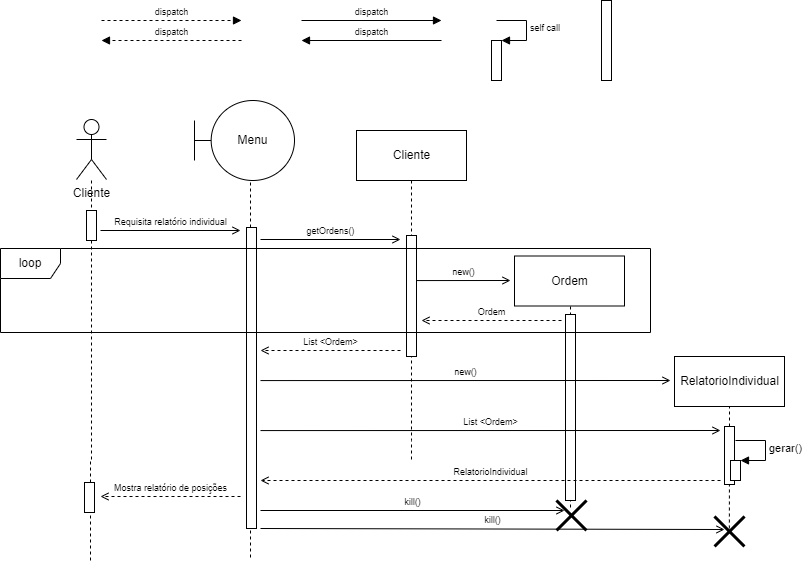
Above: MarketDiagramasDeSequencia/MarketSequencia06.drawio.png in EijiDogen/FEI_MDSMarket (draw.io), before the change. Source tidied: cells renumbered, new cells last; positions are measured from the earlier drawing's top-left corner, leaving out a move shared by most shapes.
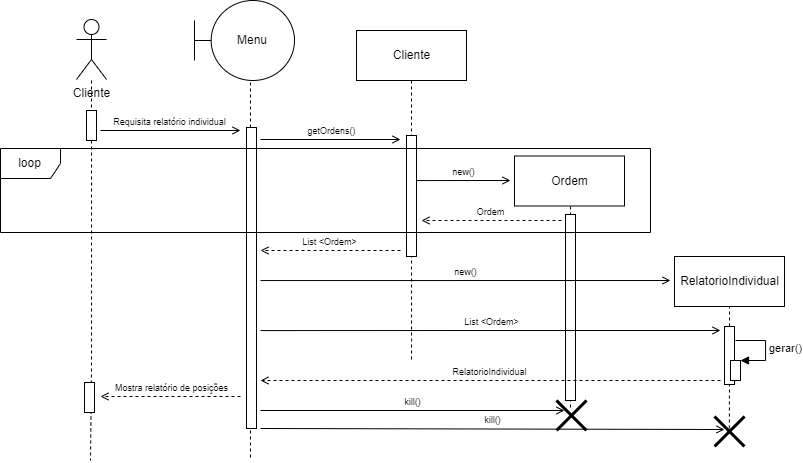
Above is the later version.

The edit, as a diff of the source:
```diff
@@ -58,9 +58,6 @@
       <mxGeometry x="674" y="356" width="110" height="50" as="geometry" />
     </mxCell>
     <mxCell id="11" value="Active" parent="0" />
-    <mxCell id="12" style="html=1;perimeter=orthogonalPerimeter;fontSize=9;" parent="11" vertex="1">
-      <mxGeometry x="601" width="10" height="80" as="geometry" />
-    </mxCell>
     <mxCell id="13" style="html=1;perimeter=orthogonalPerimeter;fontSize=9;" parent="11" vertex="1">
       <mxGeometry x="86" y="210" width="10" height="30" as="geometry" />
     </mxCell>
@@ -101,41 +98,6 @@
         <mxPoint x="240" y="230" as="targetPoint" />
       </mxGeometry>
     </mxCell>
-    <mxCell id="25" value="dispatch" style="html=1;verticalAlign=bottom;endArrow=block;rounded=0;fontSize=9;" parent="23" edge="1">
-      <mxGeometry relative="1" as="geometry">
-        <mxPoint x="301" y="20" as="sourcePoint" />
-        <mxPoint x="441" y="20" as="targetPoint" />
-      </mxGeometry>
-    </mxCell>
-    <mxCell id="26" value="dispatch" style="html=1;verticalAlign=bottom;endArrow=block;rounded=0;dashed=1;fontSize=9;" parent="23" edge="1">
-      <mxGeometry relative="1" as="geometry">
-        <mxPoint x="101" y="20" as="sourcePoint" />
-        <mxPoint x="241" y="20" as="targetPoint" />
-      </mxGeometry>
-    </mxCell>
-    <mxCell id="27" value="dispatch" style="html=1;verticalAlign=bottom;endArrow=block;rounded=0;fontSize=9;" parent="23" edge="1">
-      <mxGeometry relative="1" as="geometry">
-        <mxPoint x="441" y="40" as="sourcePoint" />
-        <mxPoint x="301" y="40" as="targetPoint" />
-      </mxGeometry>
-    </mxCell>
-    <mxCell id="28" value="dispatch" style="html=1;verticalAlign=bottom;endArrow=block;rounded=0;dashed=1;fontSize=9;" parent="23" edge="1">
-      <mxGeometry relative="1" as="geometry">
-        <mxPoint x="241" y="40" as="sourcePoint" />
-        <mxPoint x="101" y="40" as="targetPoint" />
-      </mxGeometry>
-    </mxCell>
-    <mxCell id="29" style="html=1;points=[];perimeter=orthogonalPerimeter;fontSize=9;" parent="23" vertex="1">
-      <mxGeometry x="491" y="40" width="10" height="40" as="geometry" />
-    </mxCell>
-    <mxCell id="30" value="self call" style="edgeStyle=orthogonalEdgeStyle;html=1;align=left;spacingLeft=2;endArrow=block;rounded=0;entryX=1;entryY=0;fontSize=9;" parent="23" edge="1" target="29">
-      <mxGeometry relative="1" as="geometry">
-        <mxPoint x="496" y="20" as="sourcePoint" />
-        <Array as="points">
-          <mxPoint x="526" y="20" />
-        </Array>
-      </mxGeometry>
-    </mxCell>
     <mxCell id="31" value="new()" style="html=1;verticalAlign=bottom;endArrow=open;rounded=0;fontSize=9;endFill=0;" parent="23" edge="1">
       <mxGeometry relative="1" as="geometry">
         <mxPoint x="416" y="280.1" as="sourcePoint" />
```
